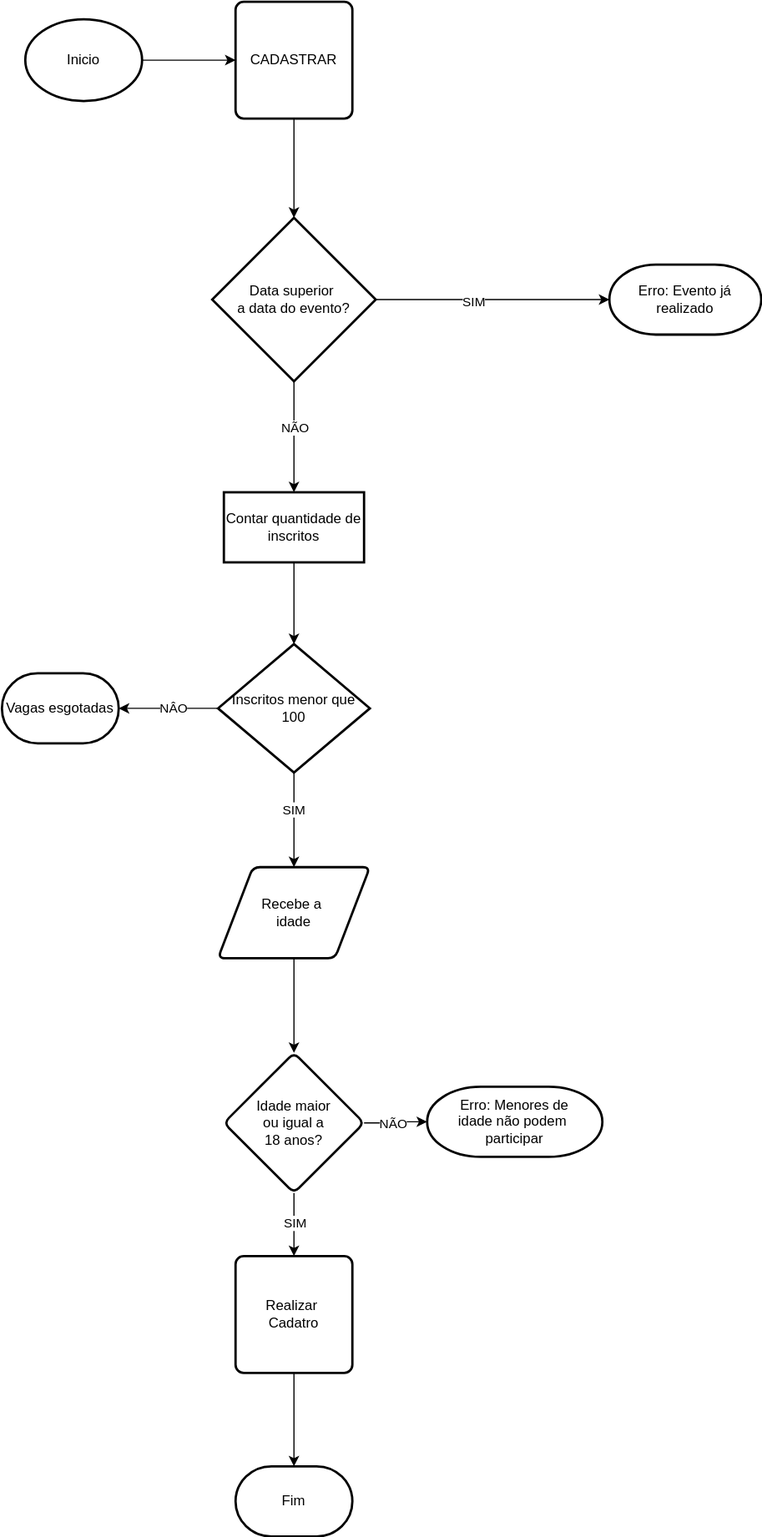
orionwork/RESOLUCAO-PROBLEMA keeps this draw.io diagram as ATIVIDADE-ENCONTRO/Cadastro de Eventos.drawio.svg. Above is the earlier version. Source tidied: cells renumbered, new cells last; positions are measured from the earlier drawing's top-left corner, leaving out a move shared by most shapes.
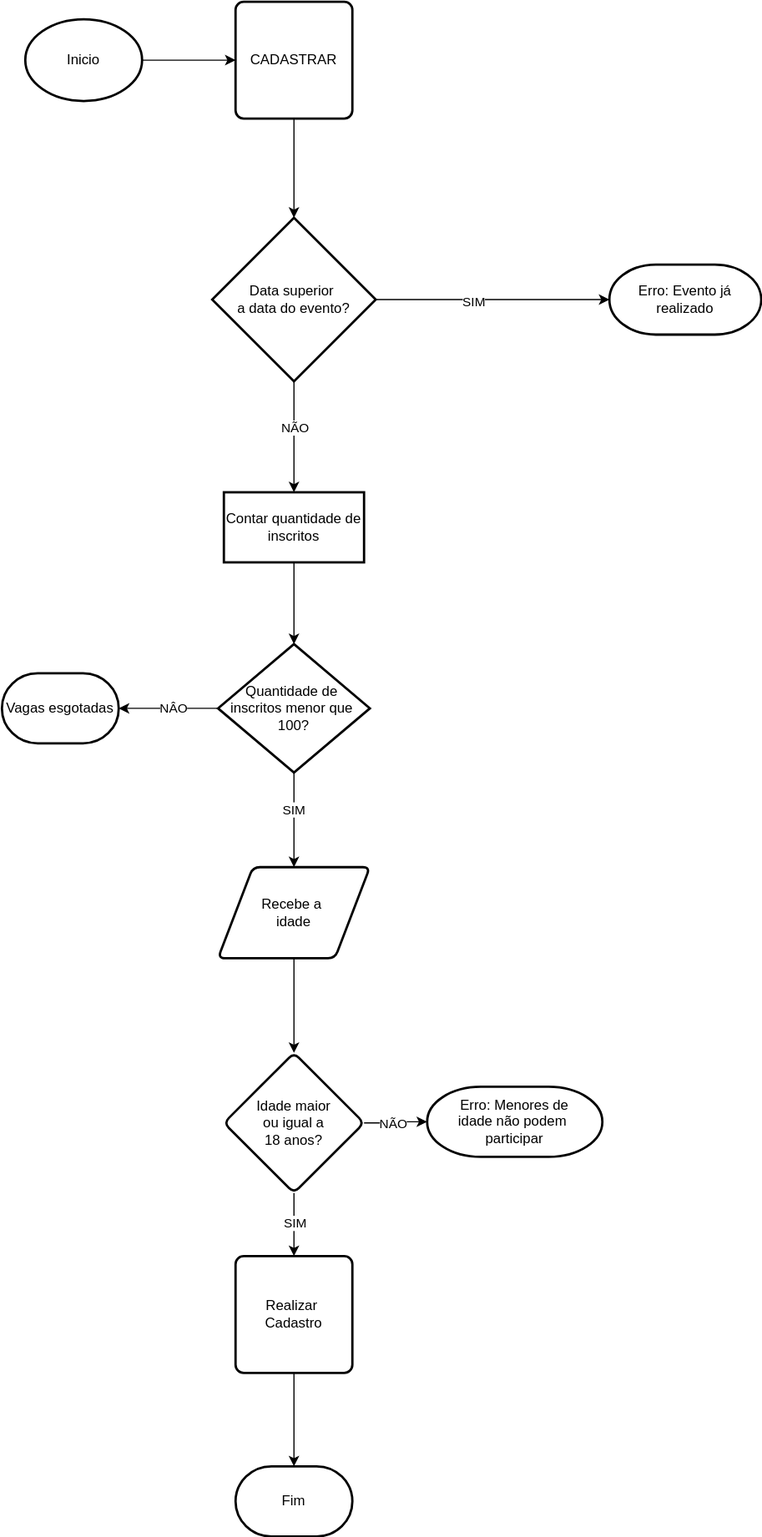
The same diagram one commit later.

The edit, as a diff of the source:
```diff
@@ -74,7 +74,7 @@
     <mxCell id="25" value="SIM" style="edgeLabel;html=1;align=center;verticalAlign=middle;" parent="24" vertex="1">
       <mxGeometry x="-0.24" y="-1" relative="1" as="geometry" />
     </mxCell>
-    <mxCell id="26" value="Inscritos menor que 100" style="rhombus;whiteSpace=wrap;html=1;strokeWidth=2;" parent="1" vertex="1">
+    <mxCell id="26" value="Quantidade de&amp;nbsp;&lt;br&gt;inscritos menor que&amp;nbsp;&lt;br&gt;100?" style="rhombus;whiteSpace=wrap;html=1;strokeWidth=2;" parent="1" vertex="1">
       <mxGeometry x="185" y="550" width="130" height="110" as="geometry" />
     </mxCell>
     <mxCell id="27" value="Vagas esgotadas" style="strokeWidth=2;html=1;shape=mxgraph.flowchart.terminator;whiteSpace=wrap;" parent="1" vertex="1">
@@ -86,7 +86,7 @@
     <mxCell id="29" style="edgeStyle=orthogonalEdgeStyle;rounded=0;jettySize=auto;html=1;" parent="1" edge="1" source="30" target="28">
       <mxGeometry relative="1" as="geometry" />
     </mxCell>
-    <mxCell id="30" value="Realizar&amp;nbsp;&lt;br&gt;Cadatro" style="rounded=1;whiteSpace=wrap;html=1;absoluteArcSize=1;arcSize=14;strokeWidth=2;" parent="1" vertex="1">
+    <mxCell id="30" value="Realizar&amp;nbsp;&lt;br&gt;Cadastro" style="rounded=1;whiteSpace=wrap;html=1;absoluteArcSize=1;arcSize=14;strokeWidth=2;" parent="1" vertex="1">
       <mxGeometry x="200" y="1074" width="100" height="100" as="geometry" />
     </mxCell>
   </root>
```
